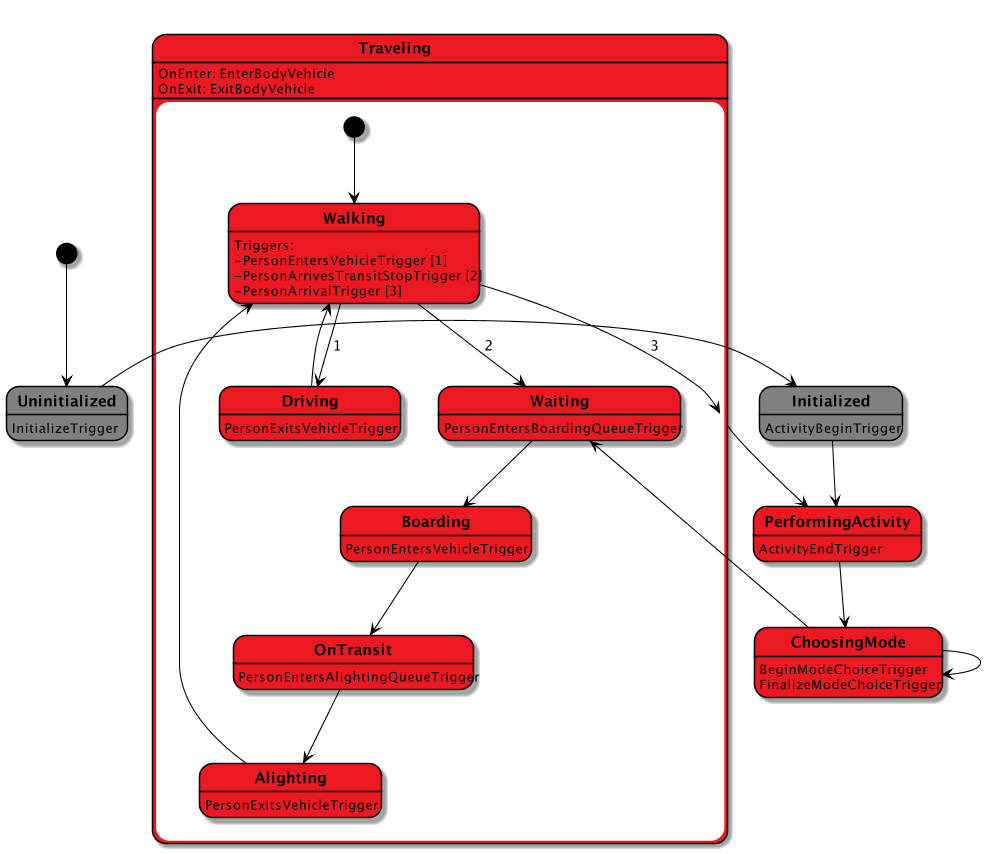
Above: docs/_static/uml/PersonAgentFSM.png in LBNL-UCB-STI/beam (PlantUML), before the change. Its diagram source:
```plantuml
@startuml

scale 1000 width
skinparam stateBorderColor #black
skinparam stateFontStyle bold
skinparam arrowColor #black

state Uninitialized #grey
Uninitialized: InitializeTrigger

state Initialized #grey
Initialized: ActivityBeginTrigger

[*] --> Uninitialized
Uninitialized -> Initialized

state PerformingActivity #eb1921
PerformingActivity: ActivityEndTrigger

state ChoosingMode #eb1921
ChoosingMode: BeginModeChoiceTrigger
ChoosingMode: FinalizeModeChoiceTrigger

state Traveling #eb1921{
    Traveling: OnEnter: EnterBodyVehicle
    Traveling: OnExit: ExitBodyVehicle

    state Walking #eb1921{
        Walking: Triggers:
        Walking: -PersonEntersVehicleTrigger [1]
        Walking: -PersonArrivesTransitStopTrigger [2]
        Walking: -PersonArrivalTrigger [3]
    }
    state Driving #eb1921{
        Driving: PersonExitsVehicleTrigger
    }
    state Waiting #eb1921{
        Waiting: PersonEntersBoardingQueueTrigger
    }
    state Boarding #eb1921{
        Boarding: PersonEntersVehicleTrigger
    }
    state OnTransit #eb1921{
        OnTransit: PersonEntersAlightingQueueTrigger
    }
    state Alighting #eb1921{
        Alighting: PersonExitsVehicleTrigger
    }

    [*] --> Walking
    Walking --> Driving: 1
    Walking --> Waiting: 2
    Waiting --> Boarding
    Boarding --> OnTransit
    OnTransit --> Alighting
    Alighting --> Walking
    Driving --> Walking
}

Initialized --> PerformingActivity
PerformingActivity --> ChoosingMode
Traveling --> PerformingActivity
ChoosingMode --> ChoosingMode
ChoosingMode --> Waiting
Walking --> Traveling: 3

@enduml
```
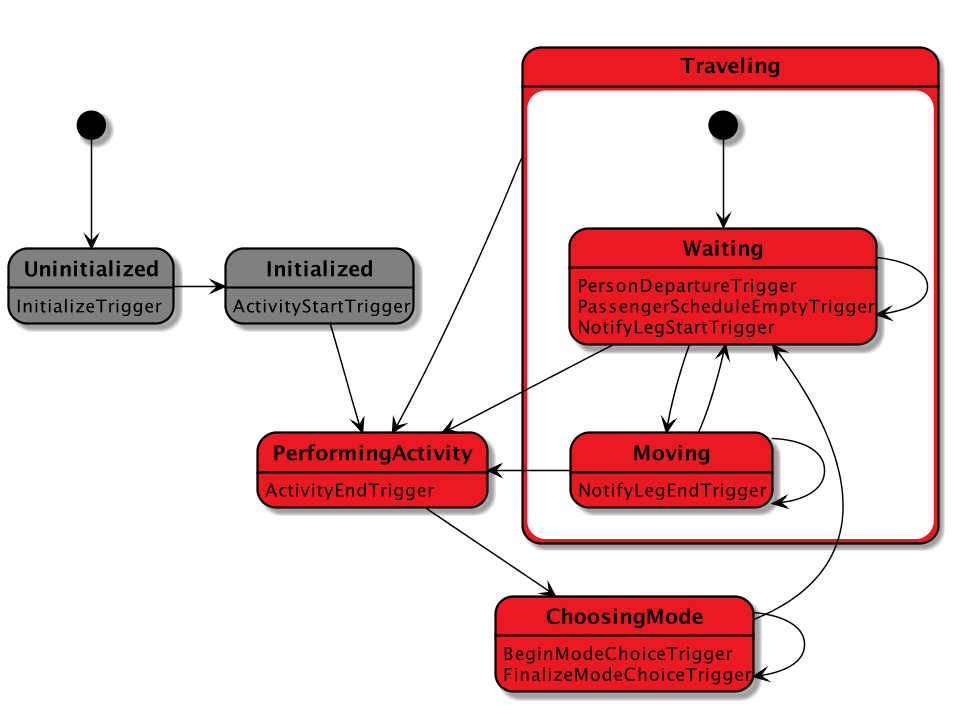
The same file after the commit.

The edit, as a diff of the source:
```diff
@@ -9,7 +9,7 @@
 Uninitialized: InitializeTrigger
 
 state Initialized #grey
-Initialized: ActivityBeginTrigger
+Initialized: ActivityStartTrigger
 
 [*] --> Uninitialized
 Uninitialized -> Initialized
@@ -22,39 +22,24 @@
 ChoosingMode: FinalizeModeChoiceTrigger
 
 state Traveling #eb1921{
-    Traveling: OnEnter: EnterBodyVehicle
-    Traveling: OnExit: ExitBodyVehicle
 
-    state Walking #eb1921{
-        Walking: Triggers:
-        Walking: -PersonEntersVehicleTrigger [1]
-        Walking: -PersonArrivesTransitStopTrigger [2]
-        Walking: -PersonArrivalTrigger [3]
-    }
-    state Driving #eb1921{
-        Driving: PersonExitsVehicleTrigger
-    }
     state Waiting #eb1921{
-        Waiting: PersonEntersBoardingQueueTrigger
-    }
-    state Boarding #eb1921{
-        Boarding: PersonEntersVehicleTrigger
-    }
-    state OnTransit #eb1921{
-        OnTransit: PersonEntersAlightingQueueTrigger
-    }
-    state Alighting #eb1921{
-        Alighting: PersonExitsVehicleTrigger
+        Waiting: PersonDepartureTrigger
+        Waiting: PassengerScheduleEmptyTrigger
+        Waiting: NotifyLegStartTrigger
     }
 
-    [*] --> Walking
-    Walking --> Driving: 1
-    Walking --> Waiting: 2
-    Waiting --> Boarding
-    Boarding --> OnTransit
-    OnTransit --> Alighting
-    Alighting --> Walking
-    Driving --> Walking
+    state Moving #eb1921{
+        Moving: NotifyLegEndTrigger
+    }
+
+    [*] --> Waiting
+    Waiting --> PerformingActivity
+    Waiting --> Waiting
+    Waiting --> Moving
+    Moving --> Moving
+    Moving --> Waiting
+    Moving --> PerformingActivity
 }
 
 Initialized --> PerformingActivity
@@ -62,6 +47,5 @@
 Traveling --> PerformingActivity
 ChoosingMode --> ChoosingMode
 ChoosingMode --> Waiting
-Walking --> Traveling: 3
 
 @enduml
```
